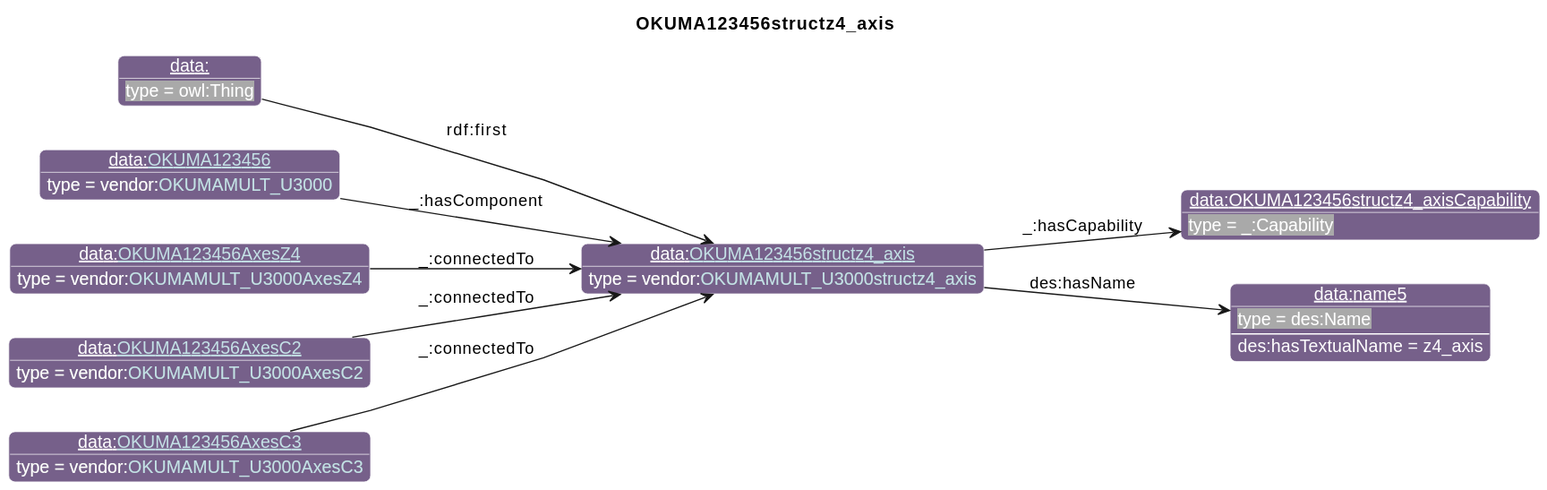
iofoundry/example-syseng-mtconnect keeps this PlantUML diagram as diagrams/OKUMA123456structz4_axis.svg. Above is the earlier version. Its diagram source:
```plantuml
@startuml
!include ../iof.iuml

<style>
object {
  HyperlinkColor #C4E1E6
}
</style>

left to right direction
skinparam linetype polyline
title OKUMA123456structz4_axis

!$default_direction = down

!$namespace_colors = { "bfo":"DFA702",
                      "iof":"1E90FF",
                      "ns":"Green",
                      "ns1":"76608A",
                      "core":"000000",
                      "ex":"Green",
                      "data":"76608A",
                      "vendor":"76608A",
                      "units":"8A2D3B",
                      "cmns-dsg":"3A0519",
                      "qp":"641B2E"
      }
individual(o0, data:[[./OKUMA123456structz4_axis.html OKUMA123456structz4_axis]], vendor:[[../OKUMA.html#OKUMAMULT_U3000structz4_axis OKUMAMULT_U3000structz4_axis]])
individual(o1, data:OKUMA123456structz4_axisCapability, _:Capability)
individual(o2, data:name5, des:Name)
individual(o3, data:, owl:Thing)
individual(o4, data:[[./OKUMA123456.html OKUMA123456]], vendor:[[../OKUMA.html#OKUMAMULT_U3000 OKUMAMULT_U3000]])
individual(o5, data:[[./OKUMA123456AxesZ4.html OKUMA123456AxesZ4]], vendor:[[../OKUMA.html#OKUMAMULT_U3000AxesZ4 OKUMAMULT_U3000AxesZ4]])
individual(o6, data:[[./OKUMA123456AxesC2.html OKUMA123456AxesC2]], vendor:[[../OKUMA.html#OKUMAMULT_U3000AxesC2 OKUMAMULT_U3000AxesC2]])
individual(o7, data:[[./OKUMA123456AxesC3.html OKUMA123456AxesC3]], vendor:[[../OKUMA.html#OKUMAMULT_U3000AxesC3 OKUMAMULT_U3000AxesC3]])
property(o0, "_:hasCapability", o1)
property(o0, "des:hasName", o2)
data(o2, "des:hasTextualName", "z4_axis")
property(o3, "rdf:first", o0)
property(o4, "_:hasComponent", o0)
property(o5, "_:connectedTo", o0)
property(o6, "_:connectedTo", o0)
property(o7, "_:connectedTo", o0)
@enduml
```
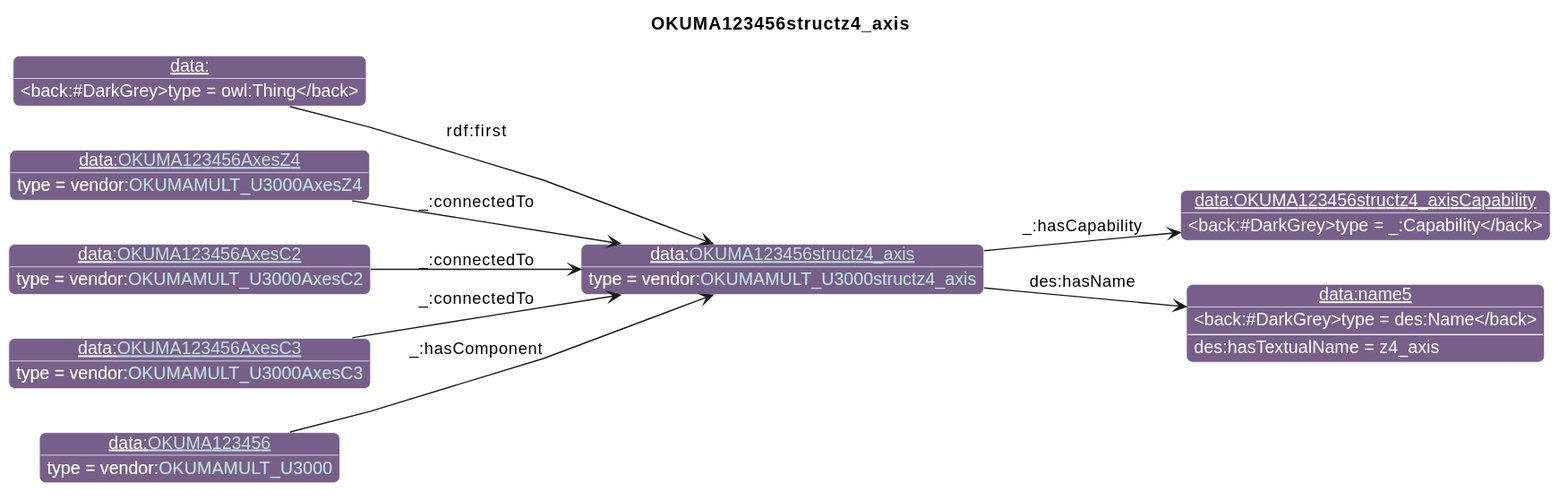
After the commit.

Diff of the diagram source:
```diff
@@ -29,16 +29,16 @@
 individual(o1, data:OKUMA123456structz4_axisCapability, _:Capability)
 individual(o2, data:name5, des:Name)
 individual(o3, data:, owl:Thing)
-individual(o4, data:[[./OKUMA123456.html OKUMA123456]], vendor:[[../OKUMA.html#OKUMAMULT_U3000 OKUMAMULT_U3000]])
-individual(o5, data:[[./OKUMA123456AxesZ4.html OKUMA123456AxesZ4]], vendor:[[../OKUMA.html#OKUMAMULT_U3000AxesZ4 OKUMAMULT_U3000AxesZ4]])
-individual(o6, data:[[./OKUMA123456AxesC2.html OKUMA123456AxesC2]], vendor:[[../OKUMA.html#OKUMAMULT_U3000AxesC2 OKUMAMULT_U3000AxesC2]])
-individual(o7, data:[[./OKUMA123456AxesC3.html OKUMA123456AxesC3]], vendor:[[../OKUMA.html#OKUMAMULT_U3000AxesC3 OKUMAMULT_U3000AxesC3]])
+individual(o4, data:[[./OKUMA123456AxesZ4.html OKUMA123456AxesZ4]], vendor:[[../OKUMA.html#OKUMAMULT_U3000AxesZ4 OKUMAMULT_U3000AxesZ4]])
+individual(o5, data:[[./OKUMA123456AxesC2.html OKUMA123456AxesC2]], vendor:[[../OKUMA.html#OKUMAMULT_U3000AxesC2 OKUMAMULT_U3000AxesC2]])
+individual(o6, data:[[./OKUMA123456AxesC3.html OKUMA123456AxesC3]], vendor:[[../OKUMA.html#OKUMAMULT_U3000AxesC3 OKUMAMULT_U3000AxesC3]])
+individual(o7, data:[[./OKUMA123456.html OKUMA123456]], vendor:[[../OKUMA.html#OKUMAMULT_U3000 OKUMAMULT_U3000]])
 property(o0, "_:hasCapability", o1)
 property(o0, "des:hasName", o2)
 data(o2, "des:hasTextualName", "z4_axis")
 property(o3, "rdf:first", o0)
-property(o4, "_:hasComponent", o0)
+property(o4, "_:connectedTo", o0)
 property(o5, "_:connectedTo", o0)
 property(o6, "_:connectedTo", o0)
-property(o7, "_:connectedTo", o0)
+property(o7, "_:hasComponent", o0)
 @enduml
```
